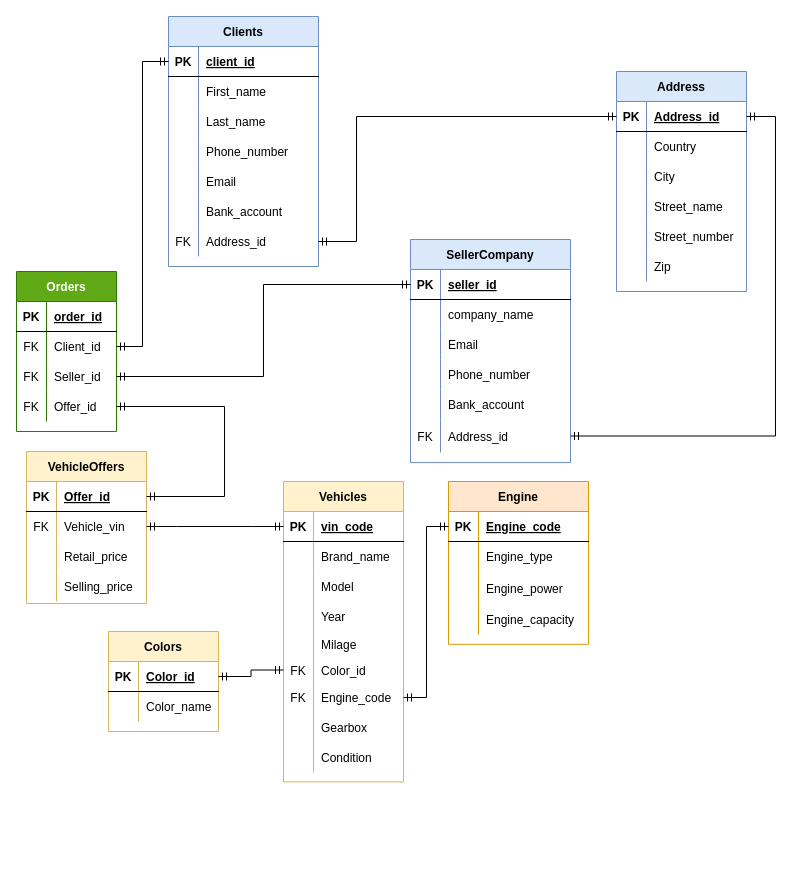
Above: page "Page-1" (1 of 2) of Car Marketplace.drawio in kstekels/Car-Marketplace (draw.io), before the change. Source tidied: cells renumbered, new cells numbered last; positions are measured from the earlier drawing's top-left corner, leaving out a move shared by most shapes. Both pictures are drawn from the tidied source at 100%, with x=0, y=0 at pixel (16, 16).
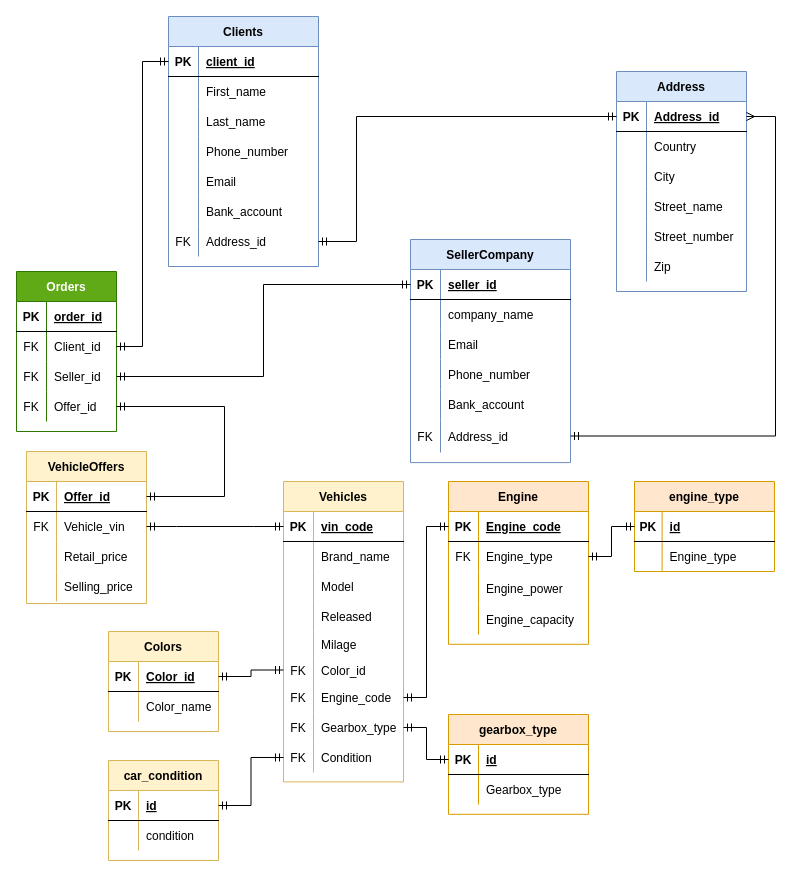
The same diagram, later.

The change refers to these unchanged cells:
```xml
<mxCell id="18" style="shape=partialRectangle;fillColor=none;top=0;left=0;bottom=0;right=0;points=[[0,0.5],[1,0.5]];portConstraint=eastwest;" parent="2" vertex="1">
  <mxGeometry y="180" width="160" height="33" as="geometry" />
</mxCell>
<mxCell id="22" style="shape=partialRectangle;fillColor=none;top=0;left=0;bottom=1;right=0;points=[[0,0.5],[1,0.5]];portConstraint=eastwest;" parent="21" vertex="1">
  <mxGeometry y="30" width="130" height="30" as="geometry" />
</mxCell>
<mxCell id="85" style="shape=partialRectangle;fillColor=none;top=0;left=0;bottom=0;right=0;" parent="75" vertex="1">
  <mxGeometry y="120" width="120" height="30" as="geometry" />
</mxCell>
<mxCell id="97" style="shape=partialRectangle;fillColor=none;top=0;left=0;bottom=0;right=0;points=[[0,0.5],[1,0.5]];portConstraint=eastwest;" parent="75" vertex="1">
  <mxGeometry y="231" width="120" height="30" as="geometry" />
</mxCell>
<mxCell id="100" style="shape=partialRectangle;fillColor=none;top=0;left=0;bottom=0;right=0;points=[[0,0.5],[1,0.5]];portConstraint=eastwest;" parent="75" vertex="1">
  <mxGeometry y="261" width="120" height="30" as="geometry" />
</mxCell>
<mxCell id="114" style="shape=partialRectangle;fillColor=none;top=0;left=0;bottom=0;right=0;points=[[0,0.5],[1,0.5]];portConstraint=eastwest;" parent="110" vertex="1">
  <mxGeometry y="60" width="140" height="30" as="geometry" />
</mxCell>
```

What changed in the source:
```diff
@@
-    <mxCell id="87" value="Year" style="shape=partialRectangle;fillColor=none;top=0;left=0;bottom=0;right=0;align=left;spacingLeft=6;overflow=hidden;" parent="85" vertex="1">
+    <mxCell id="87" value="Released" style="shape=partialRectangle;fillColor=none;top=0;left=0;bottom=0;right=0;align=left;spacingLeft=6;overflow=hidden;" parent="85" vertex="1">
       <mxGeometry x="30" width="90" height="30" as="geometry" />
     </mxCell>
@@
-    <mxCell id="98" style="shape=partialRectangle;fillColor=none;top=0;left=0;bottom=0;right=0;fontStyle=0;overflow=hidden;" parent="97" vertex="1">
+    <mxCell id="98" value="FK" style="shape=partialRectangle;fillColor=none;top=0;left=0;bottom=0;right=0;fontStyle=0;overflow=hidden;" parent="97" vertex="1">
       <mxGeometry width="30" height="30" as="geometry" />
     </mxCell>
-    <mxCell id="99" value="Gearbox" style="shape=partialRectangle;fillColor=none;top=0;left=0;bottom=0;right=0;align=left;spacingLeft=6;fontStyle=0;overflow=hidden;" parent="97" vertex="1">
+    <mxCell id="99" value="Gearbox_type" style="shape=partialRectangle;fillColor=none;top=0;left=0;bottom=0;right=0;align=left;spacingLeft=6;fontStyle=0;overflow=hidden;" parent="97" vertex="1">
       <mxGeometry x="30" width="90" height="30" as="geometry" />
     </mxCell>
@@
-    <mxCell id="101" style="shape=partialRectangle;fillColor=none;top=0;left=0;bottom=0;right=0;fontStyle=0;overflow=hidden;" parent="100" vertex="1">
+    <mxCell id="101" value="FK" style="shape=partialRectangle;fillColor=none;top=0;left=0;bottom=0;right=0;fontStyle=0;overflow=hidden;" parent="100" vertex="1">
       <mxGeometry width="30" height="30" as="geometry" />
     </mxCell>
@@
-    <mxCell id="115" style="shape=partialRectangle;fillColor=none;top=0;left=0;bottom=0;right=0;fontStyle=0;overflow=hidden;" parent="114" vertex="1">
+    <mxCell id="115" value="FK" style="shape=partialRectangle;fillColor=none;top=0;left=0;bottom=0;right=0;fontStyle=0;overflow=hidden;" parent="114" vertex="1">
       <mxGeometry width="30" height="30" as="geometry" />
     </mxCell>
@@
-    <mxCell id="142" style="edgeStyle=elbowEdgeStyle;fontSize=12;html=1;endArrow=ERmandOne;rounded=0;endFill=0;startArrow=ERmandOne;startFill=0;" parent="1" edge="1" source="18" target="22">
+    <mxCell id="142" style="edgeStyle=elbowEdgeStyle;fontSize=12;html=1;endArrow=ERmany;rounded=0;endFill=0;startArrow=ERmandOne;startFill=0;" parent="1" edge="1" source="18" target="22">
       <mxGeometry relative="1" as="geometry">
         <Array as="points">
           <mxPoint x="759" y="273" />
         </Array>
       </mxGeometry>
     </mxCell>
@@
+    <mxCell id="144" value="engine_type" style="shape=table;startSize=30;childLayout=tableLayout;rowLines=0;fontStyle=1;align=center;fillColor=#ffe6cc;strokeColor=#d79b00;" parent="1" vertex="1">
+      <mxGeometry x="618" y="465" width="140" height="90" as="geometry" />
+    </mxCell>
+    <mxCell id="145" style="shape=partialRectangle;fillColor=none;top=0;left=0;bottom=1;right=0;points=[[0,0.5],[1,0.5]];portConstraint=eastwest;" parent="144" vertex="1">
+      <mxGeometry y="30" width="140" height="30" as="geometry" />
+    </mxCell>
+    <mxCell id="146" value="PK" style="shape=partialRectangle;fillColor=none;top=0;left=0;bottom=0;right=0;fontStyle=1;overflow=hidden;" parent="145" vertex="1">
+      <mxGeometry width="27.6" height="30" as="geometry" />
+    </mxCell>
+    <mxCell id="147" value="id" style="shape=partialRectangle;fillColor=none;top=0;left=0;bottom=0;right=0;align=left;spacingLeft=6;fontStyle=5;overflow=hidden;" parent="145" vertex="1">
+      <mxGeometry x="27.6" width="112.4" height="30" as="geometry" />
+    </mxCell>
+    <mxCell id="148" style="shape=partialRectangle;fillColor=none;top=0;left=0;bottom=0;right=0;" parent="144" vertex="1">
+      <mxGeometry y="60" width="140" height="30" as="geometry" />
+    </mxCell>
+    <mxCell id="149" style="shape=partialRectangle;fillColor=none;top=0;left=0;bottom=0;right=0;fontStyle=0;overflow=hidden;" parent="148" vertex="1">
+      <mxGeometry width="27.6" height="30" as="geometry" />
+    </mxCell>
+    <mxCell id="150" value="Engine_type" style="shape=partialRectangle;fillColor=none;top=0;left=0;bottom=0;right=0;align=left;spacingLeft=6;fontStyle=0;overflow=hidden;" parent="148" vertex="1">
+      <mxGeometry x="27.6" width="112.4" height="30" as="geometry" />
+    </mxCell>
+    <mxCell id="151" style="edgeStyle=elbowEdgeStyle;fontSize=12;html=1;endArrow=ERmandOne;rounded=0;endFill=0;startArrow=ERmandOne;startFill=0;entryX=0;entryY=0.5;entryDx=0;entryDy=0;" parent="1" edge="1" source="114" target="145">
+      <mxGeometry relative="1" as="geometry" />
+    </mxCell>
+    <mxCell id="152" value="gearbox_type" style="shape=table;startSize=30;childLayout=tableLayout;rowLines=0;fontStyle=1;align=center;fillColor=#ffe6cc;strokeColor=#d79b00;" parent="1" vertex="1">
+      <mxGeometry x="432" y="698" width="140" height="99.8" as="geometry" />
+    </mxCell>
+    <mxCell id="153" style="shape=partialRectangle;fillColor=none;top=0;left=0;bottom=1;right=0;points=[[0,0.5],[1,0.5]];portConstraint=eastwest;" parent="152" vertex="1">
+      <mxGeometry y="30" width="140" height="30" as="geometry" />
+    </mxCell>
+    <mxCell id="154" value="PK" style="shape=partialRectangle;fillColor=none;top=0;left=0;bottom=0;right=0;fontStyle=1;overflow=hidden;" parent="153" vertex="1">
+      <mxGeometry width="30" height="30" as="geometry" />
+    </mxCell>
+    <mxCell id="155" value="id" style="shape=partialRectangle;fillColor=none;top=0;left=0;bottom=0;right=0;align=left;spacingLeft=6;fontStyle=5;overflow=hidden;" parent="153" vertex="1">
+      <mxGeometry x="30" width="110" height="30" as="geometry" />
+    </mxCell>
+    <mxCell id="156" style="shape=partialRectangle;fillColor=none;top=0;left=0;bottom=0;right=0;" parent="152" vertex="1">
+      <mxGeometry y="60" width="140" height="30" as="geometry" />
+    </mxCell>
+    <mxCell id="157" style="shape=partialRectangle;fillColor=none;top=0;left=0;bottom=0;right=0;fontStyle=0;overflow=hidden;" parent="156" vertex="1">
+      <mxGeometry width="30" height="30" as="geometry" />
+    </mxCell>
+    <mxCell id="158" value="Gearbox_type" style="shape=partialRectangle;fillColor=none;top=0;left=0;bottom=0;right=0;align=left;spacingLeft=6;fontStyle=0;overflow=hidden;" parent="156" vertex="1">
+      <mxGeometry x="30" width="110" height="30" as="geometry" />
+    </mxCell>
+    <mxCell id="159" style="edgeStyle=elbowEdgeStyle;fontSize=12;html=1;endArrow=ERmandOne;rounded=0;endFill=0;startArrow=ERmandOne;startFill=0;" parent="1" edge="1" source="97" target="153">
+      <mxGeometry relative="1" as="geometry" />
+    </mxCell>
+    <mxCell id="160" value="car_condition" style="shape=table;startSize=30;childLayout=tableLayout;rowLines=0;fontStyle=1;align=center;fillColor=#fff2cc;strokeColor=#d6b656;" parent="1" vertex="1">
+      <mxGeometry x="92" y="744" width="110" height="100" as="geometry" />
+    </mxCell>
+    <mxCell id="161" style="shape=partialRectangle;fillColor=none;top=0;left=0;bottom=1;right=0;points=[[0,0.5],[1,0.5]];portConstraint=eastwest;" parent="160" vertex="1">
+      <mxGeometry y="30" width="110" height="30" as="geometry" />
+    </mxCell>
+    <mxCell id="162" value="PK" style="shape=partialRectangle;fillColor=none;top=0;left=0;bottom=0;right=0;fontStyle=1;overflow=hidden;" parent="161" vertex="1">
+      <mxGeometry width="30" height="30" as="geometry" />
+    </mxCell>
+    <mxCell id="163" value="id" style="shape=partialRectangle;fillColor=none;top=0;left=0;bottom=0;right=0;align=left;spacingLeft=6;fontStyle=5;overflow=hidden;" parent="161" vertex="1">
+      <mxGeometry x="30" width="80" height="30" as="geometry" />
+    </mxCell>
+    <mxCell id="164" style="shape=partialRectangle;fillColor=none;top=0;left=0;bottom=0;right=0;" parent="160" vertex="1">
+      <mxGeometry y="60" width="110" height="30" as="geometry" />
+    </mxCell>
+    <mxCell id="165" style="shape=partialRectangle;fillColor=none;top=0;left=0;bottom=0;right=0;fontStyle=0;overflow=hidden;" parent="164" vertex="1">
+      <mxGeometry width="30" height="30" as="geometry" />
+    </mxCell>
+    <mxCell id="166" value="condition" style="shape=partialRectangle;fillColor=none;top=0;left=0;bottom=0;right=0;align=left;spacingLeft=6;fontStyle=0;overflow=hidden;" parent="164" vertex="1">
+      <mxGeometry x="30" width="80" height="30" as="geometry" />
+    </mxCell>
+    <mxCell id="167" style="edgeStyle=orthogonalEdgeStyle;fontSize=12;html=1;endArrow=ERmandOne;rounded=0;endFill=0;startArrow=ERmandOne;startFill=0;" parent="1" edge="1" source="100" target="161">
+      <mxGeometry relative="1" as="geometry" />
+    </mxCell>
```
